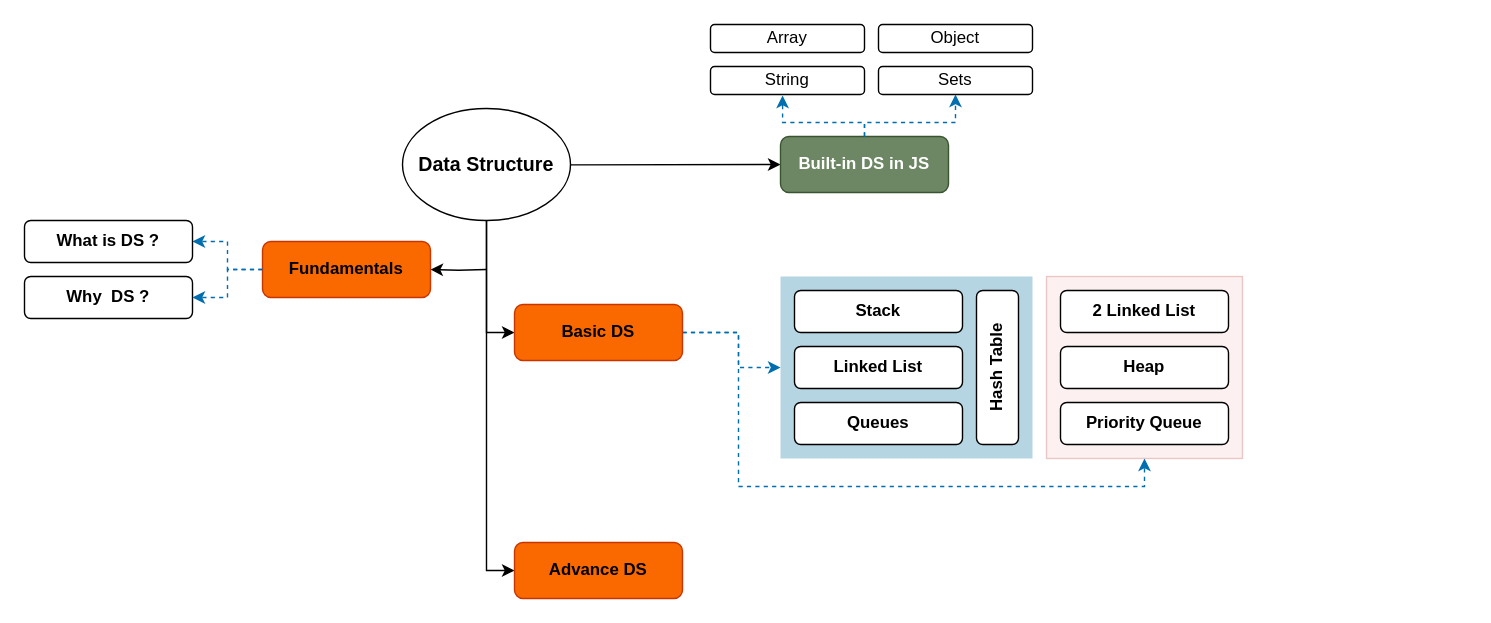
Above: dsa-mindmap.drawio in yogiprsetya/dsa.js (draw.io), before the change. Source tidied: cells renumbered, new cells numbered last; positions are measured from the earlier drawing's top-left corner, leaving out a move shared by most shapes. Both pictures are drawn from the tidied source at 140%, with x=0, y=0 at pixel (24, 24).
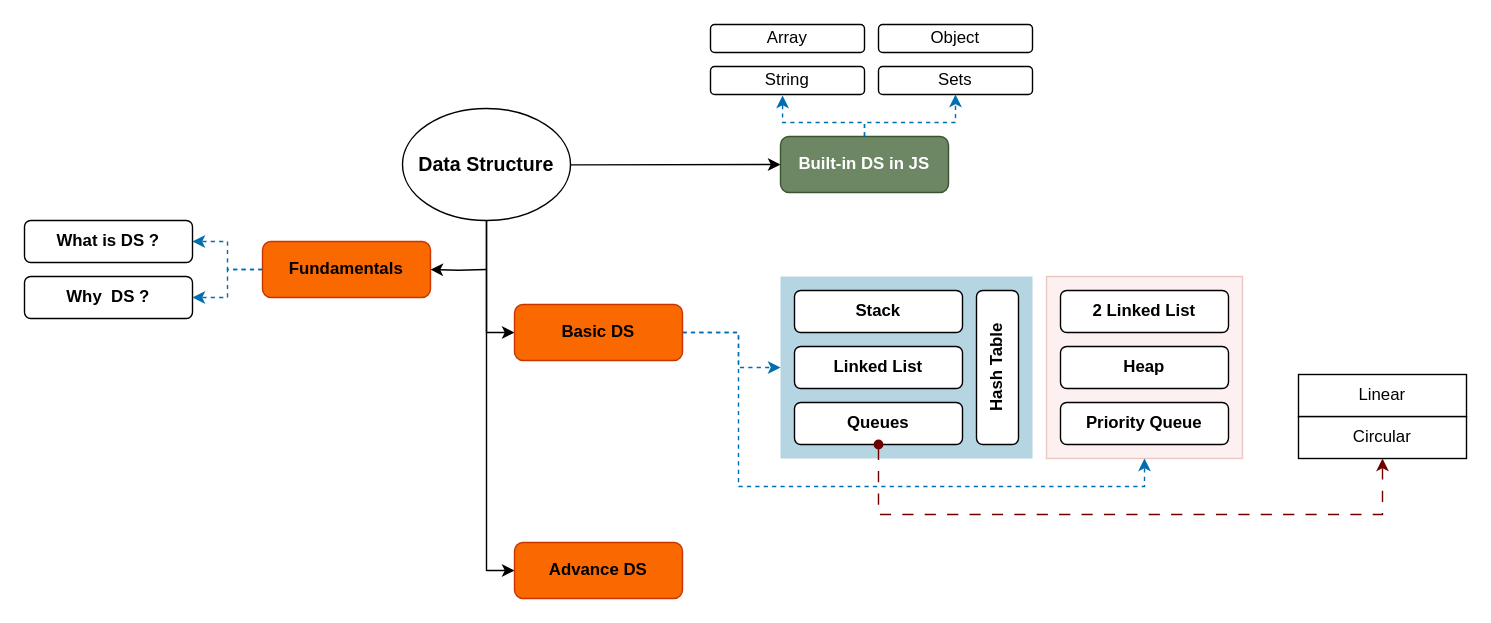
Above is the later version.

Unchanged cells that the change refers to:
```xml
<mxCell id="24" value="Queues" style="whiteSpace=wrap;html=1;rounded=1;fontStyle=1;" parent="19" vertex="1">
  <mxGeometry x="10" y="90" width="120" height="30" as="geometry" />
</mxCell>
```

The edit, as a diff of the source:
```diff
@@
+    <mxCell id="34" style="group;" parent="1" vertex="1">
+      <mxGeometry x="910" y="250" width="120" height="60" as="geometry" />
+    </mxCell>
+    <mxCell id="35" value="Circular" style="rounded=0;whiteSpace=wrap;html=1;" parent="34" vertex="1">
+      <mxGeometry y="30" width="120" height="30" as="geometry" />
+    </mxCell>
+    <mxCell id="36" value="Linear" style="rounded=0;whiteSpace=wrap;html=1;" parent="34" vertex="1">
+      <mxGeometry width="120" height="30" as="geometry" />
+    </mxCell>
+    <mxCell id="37" style="edgeStyle=orthogonalEdgeStyle;rounded=0;jettySize=auto;html=1;entryX=0.5;entryY=1;entryDx=0;entryDy=0;fillColor=#a20025;strokeColor=#6F0000;dashed=1;dashPattern=8 8;endArrow=classic;endFill=1;startArrow=oval;startFill=1;" parent="1" edge="1" source="24" target="35">
+      <mxGeometry relative="1" as="geometry">
+        <Array as="points">
+          <mxPoint x="610" y="350" />
+          <mxPoint x="970" y="350" />
+        </Array>
+      </mxGeometry>
+    </mxCell>
```
